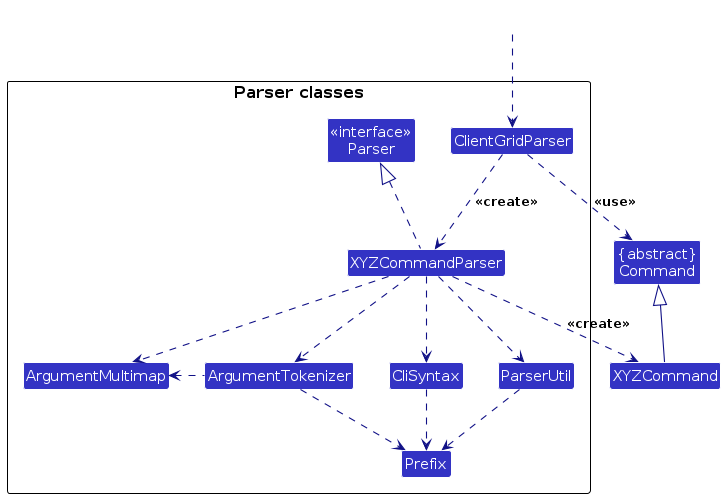
This is diagrams/ParserClasses.png from Virusrwj223/tp, a PlantUML export, as it was before one commit. Its source is kept beside it as diagrams/ParserClasses.puml. Its diagram source:
```plantuml
@startuml
!include style.puml
skinparam arrowThickness 1.1
skinparam arrowColor LOGIC_COLOR_T4
skinparam classBackgroundColor LOGIC_COLOR

Class "{abstract}\nCommand" as Command
Class XYZCommand

package "Parser classes"{
Class "<<interface>>\nParser" as Parser
Class ClientGridParser
Class XYZCommandParser
Class CliSyntax
Class ParserUtil
Class ArgumentMultimap
Class ArgumentTokenizer
Class Prefix
}

Class HiddenOutside #FFFFFF
HiddenOutside ..> ClientGridParser

ClientGridParser .down.> XYZCommandParser: <<create>>

XYZCommandParser ..> XYZCommand : <<create>>
ClientGridParser ..> Command : <<use>>
XYZCommandParser .up.|> Parser
XYZCommandParser ..> ArgumentMultimap
XYZCommandParser ..> ArgumentTokenizer
ArgumentTokenizer .left.> ArgumentMultimap
XYZCommandParser ..> CliSyntax
CliSyntax ..> Prefix
XYZCommandParser ..> ParserUtil
ParserUtil .down.> Prefix
ArgumentTokenizer .down.> Prefix
XYZCommand -up-|> Command
@enduml
```
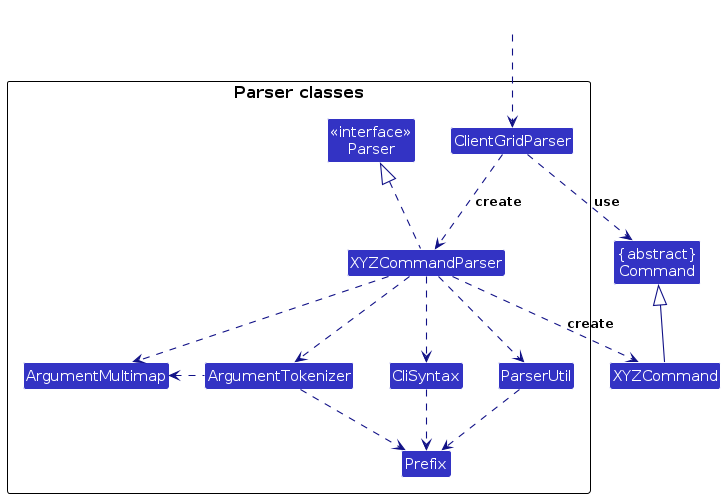
The same file after the commit.

The edit, as a diff of the source:
```diff
@@ -21,10 +21,10 @@
 Class HiddenOutside #FFFFFF
 HiddenOutside ..> ClientGridParser
 
-ClientGridParser .down.> XYZCommandParser: <<create>>
+ClientGridParser .down.> XYZCommandParser: create
 
-XYZCommandParser ..> XYZCommand : <<create>>
-ClientGridParser ..> Command : <<use>>
+XYZCommandParser ..> XYZCommand : create
+ClientGridParser ..> Command : use
 XYZCommandParser .up.|> Parser
 XYZCommandParser ..> ArgumentMultimap
 XYZCommandParser ..> ArgumentTokenizer
```
